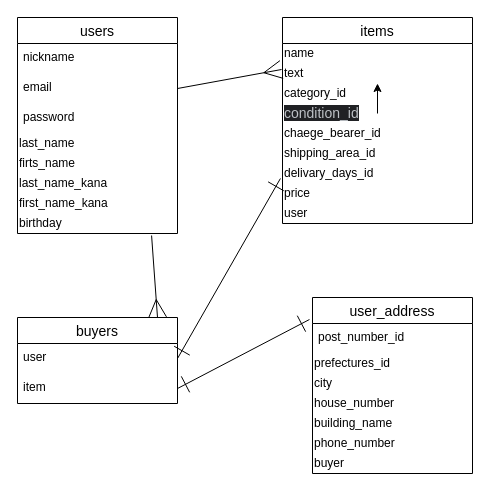
This is test.dio from koki2014/furima-38222, a draw.io file, before an edit. Source tidied: cells renumbered, new cells numbered last; positions are measured from the earlier drawing's top-left corner, leaving out a move shared by most shapes. Both pictures are drawn from the tidied source at 100%, with x=0, y=0 at pixel (17, 17).
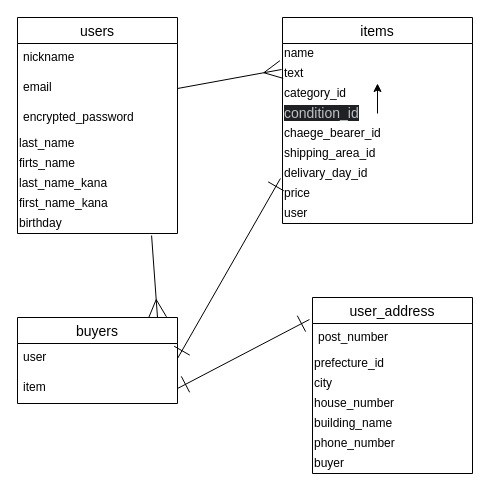
After the change.

The change refers to these unchanged cells:
```xml
<mxCell id="2" value="users" style="swimlane;fontStyle=0;horizontal=1;startSize=26;align=center;fontSize=14;" parent="1" vertex="1">
  <mxGeometry width="160" height="216" as="geometry" />
</mxCell>
<mxCell id="11" value="items" style="swimlane;fontStyle=0;horizontal=1;startSize=26;align=center;fontSize=14;" parent="1" vertex="1">
  <mxGeometry x="265" width="190" height="206" as="geometry" />
</mxCell>
<mxCell id="23" value="user_address" style="swimlane;fontStyle=0;horizontal=1;startSize=26;align=center;fontSize=14;" parent="1" vertex="1">
  <mxGeometry x="295" y="280" width="160" height="176" as="geometry" />
</mxCell>
```

Diff of the diagram source:
```diff
@@
-    <mxCell id="5" value="password" style="text;strokeColor=none;fillColor=none;spacingLeft=4;spacingRight=4;overflow=hidden;fontSize=12;" parent="2" vertex="1">
+    <mxCell id="5" value="encrypted_password" style="text;strokeColor=none;fillColor=none;spacingLeft=4;spacingRight=4;overflow=hidden;fontSize=12;" parent="2" vertex="1">
       <mxGeometry y="86" width="160" height="30" as="geometry" />
     </mxCell>
@@
-    <mxCell id="20" value="delivary_days_id" style="text;html=1;align=left;verticalAlign=middle;points=[];fillColor=none;strokeColor=none;rounded=0;" parent="11" vertex="1">
+    <mxCell id="20" value="delivary_day_id" style="text;html=1;align=left;verticalAlign=middle;points=[];fillColor=none;strokeColor=none;rounded=0;" parent="11" vertex="1">
       <mxGeometry y="146" width="190" height="20" as="geometry" />
     </mxCell>
@@
-    <mxCell id="24" value="post_number_id" style="text;strokeColor=none;fillColor=none;spacingLeft=4;spacingRight=4;overflow=hidden;points=[[0,0.5],[1,0.5]];portConstraint=eastwest;fontSize=12;" parent="23" vertex="1">
+    <mxCell id="24" value="post_number" style="text;strokeColor=none;fillColor=none;spacingLeft=4;spacingRight=4;overflow=hidden;points=[[0,0.5],[1,0.5]];portConstraint=eastwest;fontSize=12;" parent="23" vertex="1">
       <mxGeometry y="26" width="160" height="30" as="geometry" />
     </mxCell>
-    <mxCell id="25" value="prefectures_id" style="text;html=1;align=left;verticalAlign=middle;fillColor=none;strokeColor=none;rounded=0;" parent="23" vertex="1">
+    <mxCell id="25" value="prefecture_id" style="text;html=1;align=left;verticalAlign=middle;fillColor=none;strokeColor=none;rounded=0;" parent="23" vertex="1">
       <mxGeometry y="56" width="160" height="20" as="geometry" />
     </mxCell>
```
